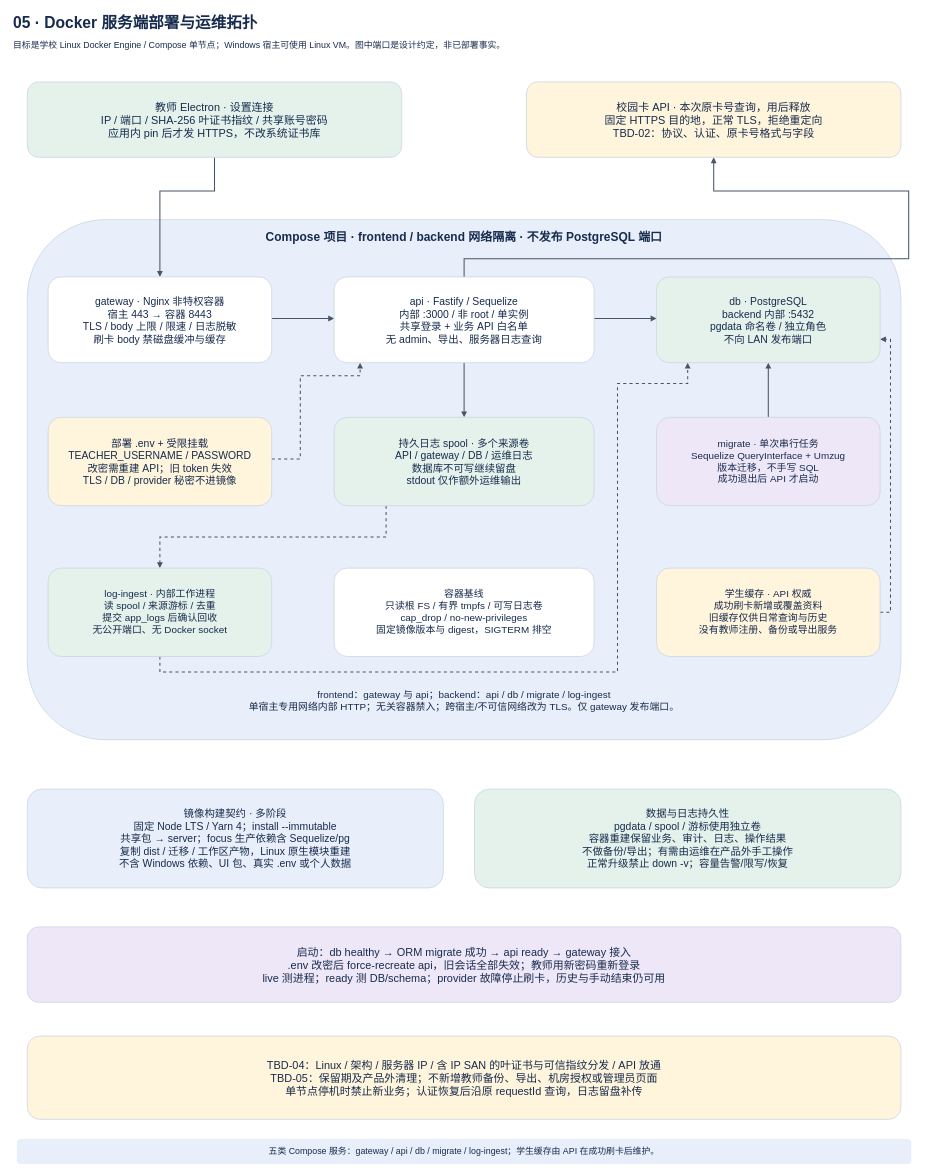
Above: page "05 · Docker 服务端部署与运维拓扑" (5 of 8) of record-only/docs/architecture.drawio in lmyzzzz/cyez-library-management (draw.io), before the change. Source tidied: cells renumbered, new cells numbered last; positions are measured from the earlier drawing's top-left corner, leaving out a move shared by most shapes. Both pictures are drawn from the tidied source at 52%, with x=0, y=0 at pixel (9, 9).
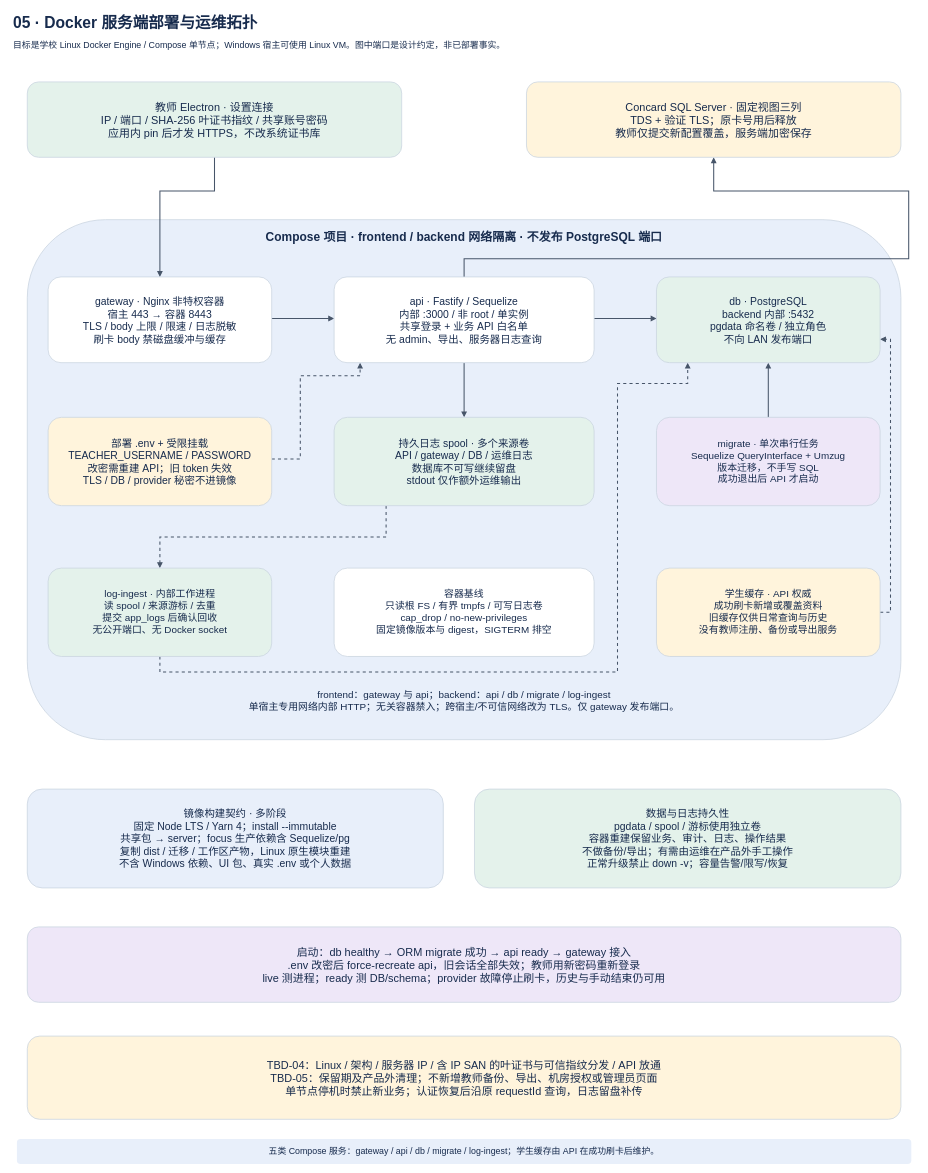
Above is the later version.

The edit, as a diff of the source:
```diff
@@
-    <mxCell id="16" value="校园卡 API · 本次原卡号查询，用后释放&#10;固定 HTTPS 目的地，正常 TLS，拒绝重定向&#10;TBD-02：协议、认证、原卡号格式与字段" style="rounded=1;whiteSpace=wrap;html=0;fillColor=#fff4dc;strokeColor=#cbd5e1;strokeWidth=1.5;fontColor=#172b4d;fontFamily=Microsoft YaHei;fontSize=21;fontStyle=0;align=center;verticalAlign=middle;spacing=8;" parent="1" vertex="1">
+    <mxCell id="16" value="Concard SQL Server · 固定视图三列&#10;TDS + 验证 TLS；原卡号用后释放&#10;教师仅提交新配置覆盖，服务端加密保存" style="rounded=1;whiteSpace=wrap;html=0;fillColor=#fff4dc;strokeColor=#cbd5e1;strokeWidth=1.5;fontColor=#172b4d;fontFamily=Microsoft YaHei;fontSize=21;fontStyle=0;align=center;verticalAlign=middle;spacing=8;" parent="1" vertex="1">
       <mxGeometry x="995" y="140" width="720" height="145" as="geometry" />
     </mxCell>
```
